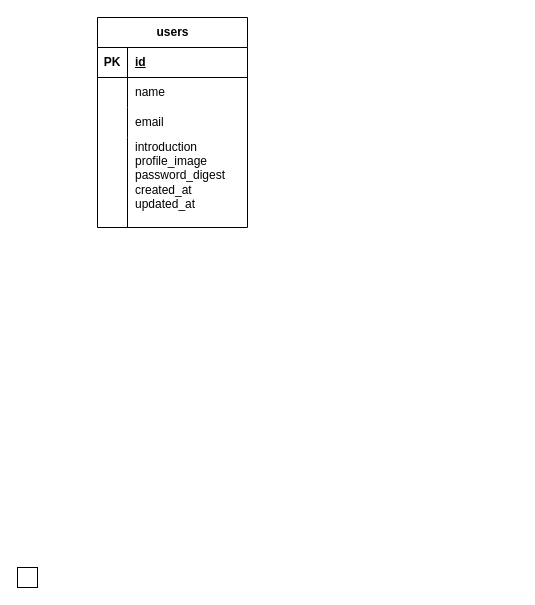
Above: SQL基礎.drawio in nanase-84/- (draw.io), before the change. Source tidied: cells renumbered, new cells numbered last; positions are measured from the earlier drawing's top-left corner, leaving out a move shared by most shapes. Both pictures are drawn from the tidied source at 100%, with x=0, y=0 at pixel (17, 17).
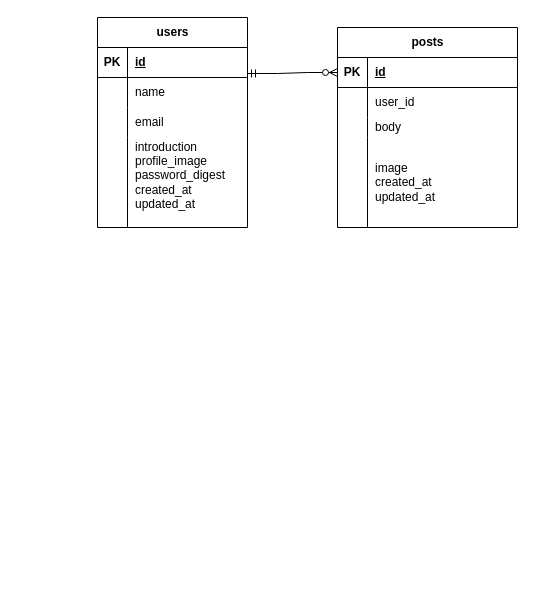
Above is the later version.

Unchanged cells that the change refers to:
```xml
<mxCell id="4" style="shape=tableRow;horizontal=0;startSize=0;swimlaneHead=0;swimlaneBody=0;fillColor=none;points=[[0,0.5],[1,0.5]];portConstraint=eastwest;top=0;left=0;right=0;bottom=1;" parent="3" vertex="1">
  <mxGeometry y="30" width="150" height="30" as="geometry" />
</mxCell>
```

Change to the diagram source:
```diff
@@
-    <mxCell id="2" style="whiteSpace=wrap;html=1;direction=west;" parent="1" vertex="1">
-      <mxGeometry y="550" width="20" height="20" as="geometry" />
-    </mxCell>
@@
+    <mxCell id="16" value="posts" style="shape=table;startSize=30;childLayout=tableLayout;rowLines=0;fontStyle=1;align=center;html=1;" parent="1" vertex="1">
+      <mxGeometry x="320" y="10" width="180" height="200" as="geometry" />
+    </mxCell>
+    <mxCell id="17" style="shape=tableRow;horizontal=0;startSize=0;swimlaneHead=0;swimlaneBody=0;fillColor=none;points=[[0,0.5],[1,0.5]];portConstraint=eastwest;top=0;left=0;right=0;bottom=1;" parent="16" vertex="1">
+      <mxGeometry y="30" width="180" height="30" as="geometry" />
+    </mxCell>
+    <mxCell id="18" value="PK" style="shape=partialRectangle;fillColor=none;top=0;left=0;bottom=0;right=0;fontStyle=1;overflow=hidden;whiteSpace=wrap;html=1;" parent="17" vertex="1">
+      <mxGeometry width="30" height="30" as="geometry" />
+    </mxCell>
+    <mxCell id="19" value="id" style="shape=partialRectangle;fillColor=none;top=0;left=0;bottom=0;right=0;align=left;spacingLeft=6;fontStyle=5;overflow=hidden;whiteSpace=wrap;html=1;" parent="17" vertex="1">
+      <mxGeometry x="30" width="150" height="30" as="geometry" />
+    </mxCell>
+    <mxCell id="20" style="shape=tableRow;horizontal=0;startSize=0;swimlaneHead=0;swimlaneBody=0;fillColor=none;top=0;left=0;right=0;bottom=0;" parent="16" vertex="1">
+      <mxGeometry y="60" width="180" height="30" as="geometry" />
+    </mxCell>
+    <mxCell id="21" style="shape=partialRectangle;fillColor=none;top=0;left=0;bottom=0;right=0;overflow=hidden;whiteSpace=wrap;html=1;" parent="20" vertex="1">
+      <mxGeometry width="30" height="30" as="geometry" />
+    </mxCell>
+    <mxCell id="22" value="user_id" style="shape=partialRectangle;fillColor=none;top=0;left=0;bottom=0;right=0;align=left;spacingLeft=6;overflow=hidden;whiteSpace=wrap;html=1;" parent="20" vertex="1">
+      <mxGeometry x="30" width="150" height="30" as="geometry" />
+    </mxCell>
+    <mxCell id="23" style="shape=tableRow;horizontal=0;startSize=0;swimlaneHead=0;swimlaneBody=0;fillColor=none;top=0;left=0;right=0;bottom=0;" parent="16" vertex="1">
+      <mxGeometry y="90" width="180" height="20" as="geometry" />
+    </mxCell>
+    <mxCell id="24" style="shape=partialRectangle;fillColor=none;top=0;left=0;bottom=0;right=0;overflow=hidden;whiteSpace=wrap;html=1;" parent="23" vertex="1">
+      <mxGeometry width="30" height="20" as="geometry" />
+    </mxCell>
+    <mxCell id="25" value="body" style="shape=partialRectangle;fillColor=none;top=0;left=0;bottom=0;right=0;align=left;spacingLeft=6;overflow=hidden;whiteSpace=wrap;html=1;" parent="23" vertex="1">
+      <mxGeometry x="30" width="150" height="20" as="geometry" />
+    </mxCell>
+    <mxCell id="26" style="shape=tableRow;horizontal=0;startSize=0;swimlaneHead=0;swimlaneBody=0;fillColor=none;top=0;left=0;right=0;bottom=0;" parent="16" vertex="1">
+      <mxGeometry y="110" width="180" height="90" as="geometry" />
+    </mxCell>
+    <mxCell id="27" style="shape=partialRectangle;fillColor=none;top=0;left=0;bottom=0;right=0;overflow=hidden;whiteSpace=wrap;html=1;" parent="26" vertex="1">
+      <mxGeometry width="30" height="90" as="geometry" />
+    </mxCell>
+    <mxCell id="28" value="image&lt;div&gt;created_at&lt;/div&gt;&lt;div&gt;updated_at&lt;/div&gt;" style="shape=partialRectangle;fillColor=none;top=0;left=0;bottom=0;right=0;align=left;spacingLeft=6;overflow=hidden;whiteSpace=wrap;html=1;" parent="26" vertex="1">
+      <mxGeometry x="30" width="150" height="90" as="geometry" />
+    </mxCell>
+    <mxCell id="29" style="edgeStyle=entityRelationEdgeStyle;fontSize=12;html=1;endArrow=ERzeroToMany;startArrow=ERmandOne;rounded=0;entryX=0;entryY=0.5;entryDx=0;entryDy=0;exitX=1;exitY=0.867;exitDx=0;exitDy=0;exitPerimeter=0;" parent="1" edge="1" source="4" target="17">
+      <mxGeometry relative="1" as="geometry">
+        <Array as="points">
+          <mxPoint x="280" y="115" />
+        </Array>
+      </mxGeometry>
+    </mxCell>
```
